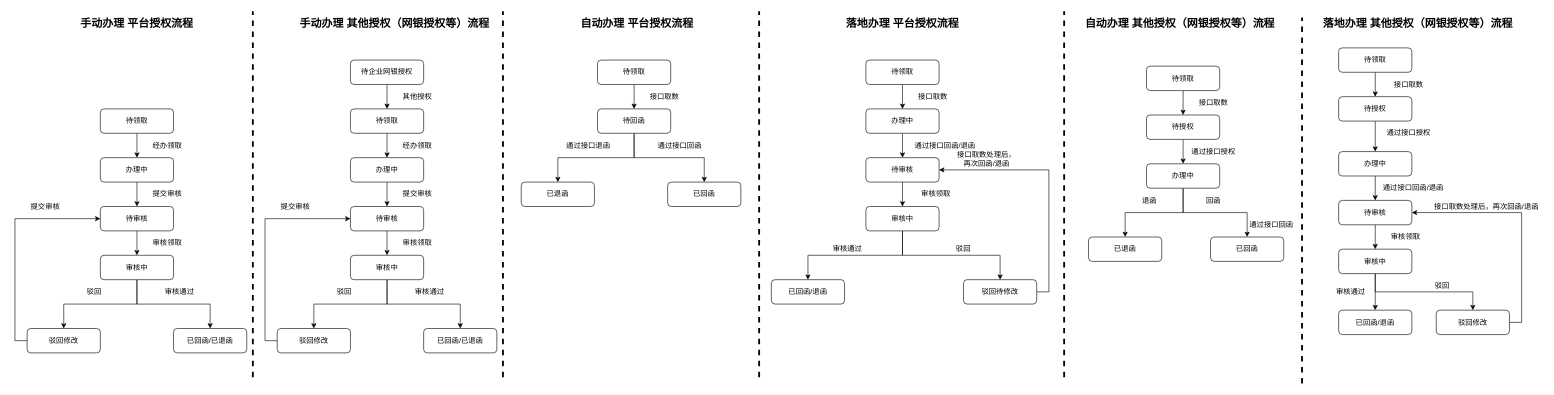
Above: 未命名绘图.drawio in pingguo002/iconomi (draw.io), before the change. Source tidied: cells renumbered, new cells numbered last; positions are measured from the earlier drawing's top-left corner, leaving out a move shared by most shapes. Both pictures are drawn from the tidied source at 61%, with x=0, y=0 at pixel (27, 11).
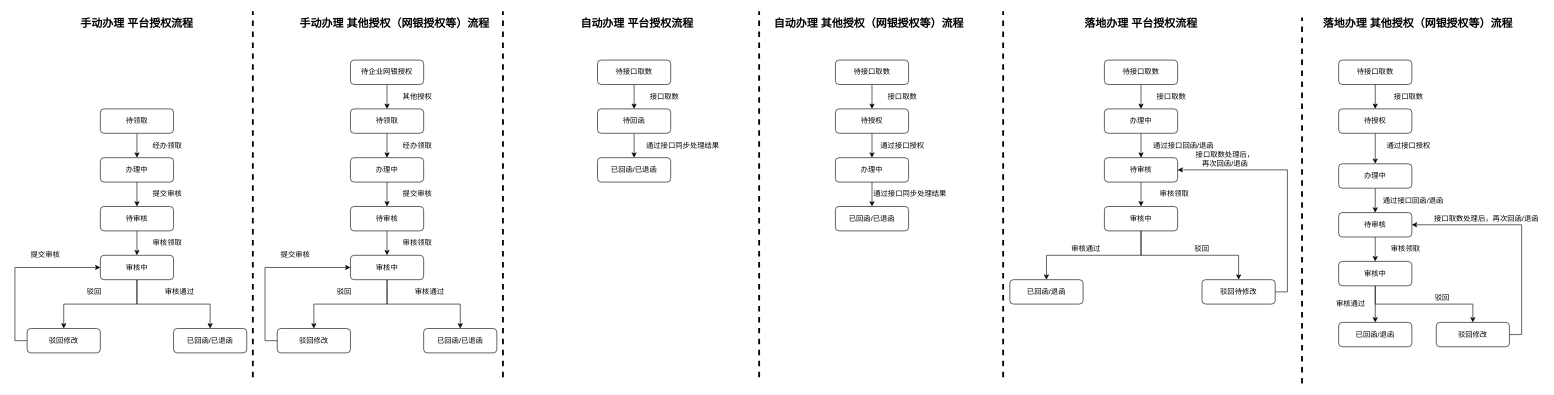
The same page after the edit.

Commit message (it also covers changes not shown here):
更新未命名绘图.drawio

Unchanged cells that the change refers to:
```xml
<mxCell id="11" value="待审核" style="rounded=1;whiteSpace=wrap;html=1;" parent="1" vertex="1">
  <mxGeometry x="530" y="320" width="120" height="40" as="geometry" />
</mxCell>
<mxCell id="15" value="审核中" style="rounded=1;whiteSpace=wrap;html=1;" parent="1" vertex="1">
  <mxGeometry x="530" y="400" width="120" height="40" as="geometry" />
</mxCell>
<mxCell id="21" value="驳回修改" style="rounded=1;whiteSpace=wrap;html=1;" parent="1" vertex="1">
  <mxGeometry x="410" y="520" width="120" height="40" as="geometry" />
</mxCell>
<mxCell id="30" value="待审核" style="rounded=1;whiteSpace=wrap;html=1;" parent="1" vertex="1">
  <mxGeometry x="120" y="320" width="120" height="40" as="geometry" />
</mxCell>
<mxCell id="34" value="审核中" style="rounded=1;whiteSpace=wrap;html=1;" parent="1" vertex="1">
  <mxGeometry x="120" y="400" width="120" height="40" as="geometry" />
</mxCell>
<mxCell id="40" value="驳回修改" style="rounded=1;whiteSpace=wrap;html=1;" parent="1" vertex="1">
  <mxGeometry y="520" width="120" height="40" as="geometry" />
</mxCell>
<mxCell id="85" value="待回函" style="rounded=1;whiteSpace=wrap;html=1;" parent="1" vertex="1">
  <mxGeometry x="935" y="160" width="120" height="40" as="geometry" />
</mxCell>
```

Change to the diagram source:
```diff
@@
-    <mxCell id="20" style="edgeStyle=orthogonalEdgeStyle;rounded=0;jettySize=auto;html=1;exitX=0;exitY=0.5;exitDx=0;exitDy=0;entryX=0;entryY=0.5;entryDx=0;entryDy=0;" parent="1" edge="1" source="21" target="11">
-      <mxGeometry relative="1" as="geometry" />
+    <mxCell id="20" style="edgeStyle=orthogonalEdgeStyle;rounded=0;jettySize=auto;html=1;exitX=0;exitY=0.5;exitDx=0;exitDy=0;entryX=0;entryY=0.5;entryDx=0;entryDy=0;" parent="1" edge="1" source="21" target="15">
+      <mxGeometry relative="1" as="geometry">
+        <Array as="points">
+          <mxPoint x="390" y="540" />
+          <mxPoint x="390" y="420" />
+        </Array>
+      </mxGeometry>
     </mxCell>
@@
     <mxCell id="22" value="提交审核" style="text;html=1;strokeColor=none;fillColor=none;align=center;verticalAlign=middle;whiteSpace=wrap;rounded=0;" parent="1" vertex="1">
-      <mxGeometry x="410" y="310" width="60" height="20" as="geometry" />
+      <mxGeometry x="410" y="390" width="60" height="20" as="geometry" />
     </mxCell>
@@
-    <mxCell id="39" style="edgeStyle=orthogonalEdgeStyle;rounded=0;jettySize=auto;html=1;exitX=0;exitY=0.5;exitDx=0;exitDy=0;entryX=0;entryY=0.5;entryDx=0;entryDy=0;" parent="1" edge="1" source="40" target="30">
-      <mxGeometry relative="1" as="geometry" />
+    <mxCell id="39" style="edgeStyle=orthogonalEdgeStyle;rounded=0;jettySize=auto;html=1;exitX=0;exitY=0.5;exitDx=0;exitDy=0;entryX=0;entryY=0.5;entryDx=0;entryDy=0;" parent="1" edge="1" source="40" target="34">
+      <mxGeometry relative="1" as="geometry">
+        <Array as="points">
+          <mxPoint x="-20" y="540" />
+          <mxPoint x="-20" y="420" />
+        </Array>
+      </mxGeometry>
     </mxCell>
@@
     <mxCell id="41" value="提交审核" style="text;html=1;strokeColor=none;fillColor=none;align=center;verticalAlign=middle;whiteSpace=wrap;rounded=0;" parent="1" vertex="1">
-      <mxGeometry y="310" width="60" height="20" as="geometry" />
+      <mxGeometry y="390" width="60" height="20" as="geometry" />
     </mxCell>
@@
     <mxCell id="46" value="待授权" style="rounded=1;whiteSpace=wrap;html=1;" parent="1" vertex="1">
-      <mxGeometry x="1835" y="170" width="120" height="40" as="geometry" />
+      <mxGeometry x="1325" y="160" width="120" height="40" as="geometry" />
     </mxCell>
-    <mxCell id="47" value="已退函" style="rounded=1;whiteSpace=wrap;html=1;" parent="1" vertex="1">
-      <mxGeometry x="1740" y="370" width="120" height="40" as="geometry" />
-    </mxCell>
-    <mxCell id="48" value="退函" style="text;html=1;strokeColor=none;fillColor=none;align=center;verticalAlign=middle;whiteSpace=wrap;rounded=0;" parent="1" vertex="1">
-      <mxGeometry x="1790" y="300" width="100" height="20" as="geometry" />
-    </mxCell>
     <mxCell id="49" value="自动办理 其他授权（网银授权等）流程" style="text;html=1;strokeColor=none;fillColor=none;align=center;verticalAlign=middle;whiteSpace=wrap;rounded=0;fontSize=18;fontStyle=1;" parent="1" vertex="1">
-      <mxGeometry x="1720" y="10" width="340" height="20" as="geometry" />
+      <mxGeometry x="1210" y="10" width="340" height="20" as="geometry" />
     </mxCell>
     <mxCell id="50" style="endArrow=none;dashed=1;html=1;fontSize=18;fontStyle=1;strokeWidth=3;" parent="1" edge="1">
       <mxGeometry relative="1" as="geometry">
-        <mxPoint x="1700" y="600" as="sourcePoint" />
-        <mxPoint x="1700" as="targetPoint" />
+        <mxPoint x="1600" y="600" as="sourcePoint" />
+        <mxPoint x="1600" as="targetPoint" />
       </mxGeometry>
     </mxCell>
@@
-    <mxCell id="52" value="已回函" style="rounded=1;whiteSpace=wrap;html=1;fontSize=12;" parent="1" vertex="1">
-      <mxGeometry x="1940" y="370" width="120" height="40" as="geometry" />
+    <mxCell id="52" value="已回函/已退函" style="rounded=1;whiteSpace=wrap;html=1;fontSize=12;" parent="1" vertex="1">
+      <mxGeometry x="1325" y="320" width="120" height="40" as="geometry" />
     </mxCell>
-    <mxCell id="53" value="通过接口回函" style="text;html=1;strokeColor=none;fillColor=none;align=center;verticalAlign=middle;whiteSpace=wrap;rounded=0;" parent="1" vertex="1">
-      <mxGeometry x="1990" y="340" width="100" height="20" as="geometry" />
-    </mxCell>
@@
-    <mxCell id="55" style="edgeStyle=orthogonalEdgeStyle;rounded=0;jettySize=auto;html=1;exitX=0.5;exitY=1;exitDx=0;exitDy=0;entryX=0.5;entryY=0;entryDx=0;entryDy=0;strokeWidth=1;fontSize=12;" parent="1" edge="1" source="56" target="47">
-      <mxGeometry relative="1" as="geometry" />
-    </mxCell>
     <mxCell id="56" value="办理中" style="rounded=1;whiteSpace=wrap;html=1;fontSize=12;" parent="1" vertex="1">
-      <mxGeometry x="1835" y="250" width="120" height="40" as="geometry" />
+      <mxGeometry x="1325" y="240" width="120" height="40" as="geometry" />
     </mxCell>
     <mxCell id="57" value="通过接口授权" style="text;html=1;strokeColor=none;fillColor=none;align=center;verticalAlign=middle;whiteSpace=wrap;rounded=0;" parent="1" vertex="1">
-      <mxGeometry x="1895" y="220" width="100" height="20" as="geometry" />
+      <mxGeometry x="1385" y="210" width="100" height="20" as="geometry" />
     </mxCell>
@@
-    <mxCell id="60" value="待领取" style="rounded=1;whiteSpace=wrap;html=1;" parent="1" vertex="1">
-      <mxGeometry x="2150" y="60" width="120" height="40" as="geometry" />
+    <mxCell id="60" value="待接口取数" style="rounded=1;whiteSpace=wrap;html=1;" parent="1" vertex="1">
+      <mxGeometry x="2150" y="80" width="120" height="40" as="geometry" />
     </mxCell>
@@
-    <mxCell id="62" value="待领取" style="rounded=1;whiteSpace=wrap;html=1;" parent="1" vertex="1">
-      <mxGeometry x="1835" y="90" width="120" height="40" as="geometry" />
+    <mxCell id="62" value="待接口取数" style="rounded=1;whiteSpace=wrap;html=1;" parent="1" vertex="1">
+      <mxGeometry x="1325" y="80" width="120" height="40" as="geometry" />
     </mxCell>
     <mxCell id="63" value="接口取数" style="text;html=1;strokeColor=none;fillColor=none;align=center;verticalAlign=middle;whiteSpace=wrap;rounded=0;" parent="1" vertex="1">
-      <mxGeometry x="1895" y="140" width="100" height="20" as="geometry" />
+      <mxGeometry x="1385" y="130" width="100" height="20" as="geometry" />
     </mxCell>
@@
     <mxCell id="65" value="待授权" style="rounded=1;whiteSpace=wrap;html=1;fontSize=12;" parent="1" vertex="1">
-      <mxGeometry x="2150" y="140" width="120" height="40" as="geometry" />
+      <mxGeometry x="2150" y="160" width="120" height="40" as="geometry" />
     </mxCell>
     <mxCell id="66" value="接口取数" style="text;html=1;strokeColor=none;fillColor=none;align=center;verticalAlign=middle;whiteSpace=wrap;rounded=0;" parent="1" vertex="1">
-      <mxGeometry x="2215" y="110" width="100" height="20" as="geometry" />
+      <mxGeometry x="2215" y="130" width="100" height="20" as="geometry" />
     </mxCell>
@@
     <mxCell id="68" value="待审核" style="rounded=1;whiteSpace=wrap;html=1;fontSize=12;" parent="1" vertex="1">
-      <mxGeometry x="2150" y="310" width="120" height="40" as="geometry" />
+      <mxGeometry x="2150" y="330" width="120" height="40" as="geometry" />
     </mxCell>
@@
     <mxCell id="70" value="办理中" style="rounded=1;whiteSpace=wrap;html=1;fontSize=12;" parent="1" vertex="1">
-      <mxGeometry x="2150" y="230" width="120" height="40" as="geometry" />
+      <mxGeometry x="2150" y="250" width="120" height="40" as="geometry" />
     </mxCell>
     <mxCell id="71" value="通过接口授权" style="text;html=1;strokeColor=none;fillColor=none;align=center;verticalAlign=middle;whiteSpace=wrap;rounded=0;" parent="1" vertex="1">
-      <mxGeometry x="2215" y="190" width="100" height="20" as="geometry" />
+      <mxGeometry x="2215" y="210" width="100" height="20" as="geometry" />
     </mxCell>
     <mxCell id="72" value="通过接口回函/退函" style="text;html=1;strokeColor=none;fillColor=none;align=center;verticalAlign=middle;whiteSpace=wrap;rounded=0;" parent="1" vertex="1">
-      <mxGeometry x="2210" y="280" width="125" height="20" as="geometry" />
+      <mxGeometry x="2210" y="300" width="125" height="20" as="geometry" />
     </mxCell>
@@
     <mxCell id="75" value="审核中" style="rounded=1;whiteSpace=wrap;html=1;fontSize=12;" parent="1" vertex="1">
-      <mxGeometry x="2150" y="390" width="120" height="40" as="geometry" />
+      <mxGeometry x="2150" y="410" width="120" height="40" as="geometry" />
     </mxCell>
     <mxCell id="76" value="审核领取" style="text;html=1;strokeColor=none;fillColor=none;align=center;verticalAlign=middle;whiteSpace=wrap;rounded=0;" parent="1" vertex="1">
-      <mxGeometry x="2210" y="360" width="100" height="20" as="geometry" />
+      <mxGeometry x="2210" y="380" width="100" height="20" as="geometry" />
     </mxCell>
     <mxCell id="77" value="已回函/退函" style="rounded=1;whiteSpace=wrap;html=1;fontSize=12;" parent="1" vertex="1">
-      <mxGeometry x="2150" y="490" width="120" height="40" as="geometry" />
+      <mxGeometry x="2150" y="510" width="120" height="40" as="geometry" />
     </mxCell>
     <mxCell id="78" value="审核通过" style="text;html=1;strokeColor=none;fillColor=none;align=center;verticalAlign=middle;whiteSpace=wrap;rounded=0;" parent="1" vertex="1">
-      <mxGeometry x="2120" y="450" width="100" height="20" as="geometry" />
+      <mxGeometry x="2120" y="470" width="100" height="20" as="geometry" />
     </mxCell>
     <mxCell id="79" value="驳回" style="text;html=1;strokeColor=none;fillColor=none;align=center;verticalAlign=middle;whiteSpace=wrap;rounded=0;" parent="1" vertex="1">
-      <mxGeometry x="2270" y="440" width="100" height="20" as="geometry" />
+      <mxGeometry x="2270" y="460" width="100" height="20" as="geometry" />
     </mxCell>
     <mxCell id="80" style="edgeStyle=orthogonalEdgeStyle;rounded=0;jettySize=auto;html=1;exitX=1;exitY=0.5;exitDx=0;exitDy=0;entryX=1;entryY=0.5;entryDx=0;entryDy=0;strokeWidth=1;fontSize=12;" parent="1" edge="1" source="81" target="68">
       <mxGeometry relative="1" as="geometry">
         <Array as="points">
-          <mxPoint x="2450" y="510" />
-          <mxPoint x="2450" y="330" />
+          <mxPoint x="2450" y="530" />
+          <mxPoint x="2450" y="350" />
         </Array>
       </mxGeometry>
     </mxCell>
     <mxCell id="81" value="驳回修改" style="rounded=1;whiteSpace=wrap;html=1;fontSize=12;" parent="1" vertex="1">
-      <mxGeometry x="2310" y="490" width="120" height="40" as="geometry" />
+      <mxGeometry x="2310" y="510" width="120" height="40" as="geometry" />
     </mxCell>
     <mxCell id="82" value="接口取数处理后，再次回函/退函" style="text;html=1;strokeColor=none;fillColor=none;align=center;verticalAlign=middle;whiteSpace=wrap;rounded=0;" parent="1" vertex="1">
-      <mxGeometry x="2300" y="310" width="185" height="20" as="geometry" />
+      <mxGeometry x="2300" y="330" width="185" height="20" as="geometry" />
     </mxCell>
@@
-    <mxCell id="84" style="edgeStyle=orthogonalEdgeStyle;rounded=0;jettySize=auto;html=1;exitX=0.5;exitY=1;exitDx=0;exitDy=0;strokeWidth=1;fontSize=12;" parent="1" edge="1" source="85" target="91">
-      <mxGeometry relative="1" as="geometry" />
-    </mxCell>
@@
-    <mxCell id="86" value="通过接口回函" style="text;html=1;strokeColor=none;fillColor=none;align=center;verticalAlign=middle;whiteSpace=wrap;rounded=0;" parent="1" vertex="1">
-      <mxGeometry x="1020" y="210" width="100" height="20" as="geometry" />
+    <mxCell id="86" value="通过接口同步处理结果" style="text;html=1;strokeColor=none;fillColor=none;align=center;verticalAlign=middle;whiteSpace=wrap;rounded=0;" parent="1" vertex="1">
+      <mxGeometry x="1010" y="210" width="130" height="20" as="geometry" />
     </mxCell>
@@
-    <mxCell id="88" value="待领取" style="rounded=1;whiteSpace=wrap;html=1;" parent="1" vertex="1">
+    <mxCell id="88" value="待接口取数" style="rounded=1;whiteSpace=wrap;html=1;" parent="1" vertex="1">
       <mxGeometry x="935" y="80" width="120" height="40" as="geometry" />
     </mxCell>
@@
-    <mxCell id="90" value="已回函" style="rounded=1;whiteSpace=wrap;html=1;fontSize=12;" parent="1" vertex="1">
-      <mxGeometry x="1050" y="280" width="120" height="40" as="geometry" />
+    <mxCell id="90" value="已回函/已退函" style="rounded=1;whiteSpace=wrap;html=1;fontSize=12;" parent="1" vertex="1">
+      <mxGeometry x="935" y="240" width="120" height="40" as="geometry" />
     </mxCell>
-    <mxCell id="91" value="已退函" style="rounded=1;whiteSpace=wrap;html=1;fontSize=12;" parent="1" vertex="1">
-      <mxGeometry x="810" y="280" width="120" height="40" as="geometry" />
-    </mxCell>
-    <mxCell id="92" value="通过接口退函" style="text;html=1;strokeColor=none;fillColor=none;align=center;verticalAlign=middle;whiteSpace=wrap;rounded=0;" parent="1" vertex="1">
-      <mxGeometry x="870" y="210" width="100" height="20" as="geometry" />
-    </mxCell>
     <mxCell id="93" value="落地办理 平台授权流程" style="text;html=1;strokeColor=none;fillColor=none;align=center;verticalAlign=middle;whiteSpace=wrap;rounded=0;fontSize=18;fontStyle=1;" parent="1" vertex="1">
-      <mxGeometry x="1290" y="10" width="290" height="20" as="geometry" />
+      <mxGeometry x="1681" y="10" width="290" height="20" as="geometry" />
     </mxCell>
@@
     <mxCell id="95" value="办理中" style="rounded=1;whiteSpace=wrap;html=1;" parent="1" vertex="1">
-      <mxGeometry x="1375" y="160" width="120" height="40" as="geometry" />
+      <mxGeometry x="1766" y="160" width="120" height="40" as="geometry" />
     </mxCell>
     <mxCell id="96" value="通过接口回函/退函" style="text;html=1;strokeColor=none;fillColor=none;align=center;verticalAlign=middle;whiteSpace=wrap;rounded=0;" parent="1" vertex="1">
-      <mxGeometry x="1450" y="210" width="110" height="20" as="geometry" />
+      <mxGeometry x="1841" y="210" width="110" height="20" as="geometry" />
     </mxCell>
@@
-    <mxCell id="98" value="待领取" style="rounded=1;whiteSpace=wrap;html=1;" parent="1" vertex="1">
-      <mxGeometry x="1375" y="80" width="120" height="40" as="geometry" />
+    <mxCell id="98" value="待接口取数" style="rounded=1;whiteSpace=wrap;html=1;" parent="1" vertex="1">
+      <mxGeometry x="1766" y="80" width="120" height="40" as="geometry" />
     </mxCell>
     <mxCell id="99" value="接口取数" style="text;html=1;strokeColor=none;fillColor=none;align=center;verticalAlign=middle;whiteSpace=wrap;rounded=0;" parent="1" vertex="1">
-      <mxGeometry x="1435" y="130" width="100" height="20" as="geometry" />
+      <mxGeometry x="1826" y="130" width="100" height="20" as="geometry" />
     </mxCell>
@@
     <mxCell id="101" value="待审核" style="rounded=1;whiteSpace=wrap;html=1;fontSize=12;" parent="1" vertex="1">
-      <mxGeometry x="1375" y="240" width="120" height="40" as="geometry" />
+      <mxGeometry x="1766" y="240" width="120" height="40" as="geometry" />
     </mxCell>
@@
     <mxCell id="104" value="审核中" style="rounded=1;whiteSpace=wrap;html=1;fontSize=12;" parent="1" vertex="1">
-      <mxGeometry x="1375" y="320" width="120" height="40" as="geometry" />
+      <mxGeometry x="1766" y="320" width="120" height="40" as="geometry" />
     </mxCell>
@@
     <mxCell id="106" value="驳回待修改" style="rounded=1;whiteSpace=wrap;html=1;fontSize=12;" parent="1" vertex="1">
-      <mxGeometry x="1535" y="440" width="120" height="40" as="geometry" />
+      <mxGeometry x="1926" y="440" width="120" height="40" as="geometry" />
     </mxCell>
     <mxCell id="107" value="审核领取" style="text;html=1;strokeColor=none;fillColor=none;align=center;verticalAlign=middle;whiteSpace=wrap;rounded=0;" parent="1" vertex="1">
-      <mxGeometry x="1440" y="290" width="100" height="20" as="geometry" />
+      <mxGeometry x="1831" y="290" width="100" height="20" as="geometry" />
     </mxCell>
     <mxCell id="108" value="驳回" style="text;html=1;strokeColor=none;fillColor=none;align=center;verticalAlign=middle;whiteSpace=wrap;rounded=0;" parent="1" vertex="1">
-      <mxGeometry x="1485" y="380" width="100" height="20" as="geometry" />
+      <mxGeometry x="1876" y="380" width="100" height="20" as="geometry" />
     </mxCell>
     <mxCell id="109" value="已回函/退函" style="rounded=1;whiteSpace=wrap;html=1;fontSize=12;" parent="1" vertex="1">
-      <mxGeometry x="1220" y="440" width="120" height="40" as="geometry" />
+      <mxGeometry x="1611" y="440" width="120" height="40" as="geometry" />
     </mxCell>
     <mxCell id="110" value="审核通过" style="text;html=1;strokeColor=none;fillColor=none;align=center;verticalAlign=middle;whiteSpace=wrap;rounded=0;" parent="1" vertex="1">
-      <mxGeometry x="1295" y="380" width="100" height="20" as="geometry" />
+      <mxGeometry x="1686" y="380" width="100" height="20" as="geometry" />
     </mxCell>
     <mxCell id="111" value="接口取数处理后，&lt;br&gt;再次回函/退函" style="text;html=1;strokeColor=none;fillColor=none;align=center;verticalAlign=middle;whiteSpace=wrap;rounded=0;" parent="1" vertex="1">
-      <mxGeometry x="1523" y="232" width="100" height="20" as="geometry" />
+      <mxGeometry x="1914" y="232" width="100" height="20" as="geometry" />
     </mxCell>
-    <mxCell id="112" value="回函" style="text;html=1;strokeColor=none;fillColor=none;align=center;verticalAlign=middle;whiteSpace=wrap;rounded=0;" parent="1" vertex="1">
-      <mxGeometry x="1895" y="300" width="100" height="20" as="geometry" />
+    <mxCell id="112" value="通过接口同步处理结果" style="text;html=1;strokeColor=none;fillColor=none;align=center;verticalAlign=middle;whiteSpace=wrap;rounded=0;" parent="1" vertex="1">
+      <mxGeometry x="1385" y="290" width="125" height="20" as="geometry" />
     </mxCell>
```
